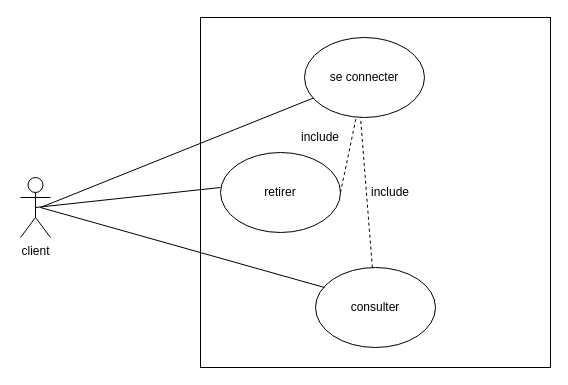
PrinceBK1/UML keeps this draw.io diagram as Diagramme sans nom.drawio. Above is the earlier version. Source tidied: cells renumbered, new cells numbered last; positions are measured from the earlier drawing's top-left corner, leaving out a move shared by most shapes. Both pictures are drawn from the tidied source at 100%, with x=0, y=0 at pixel (20, 17).
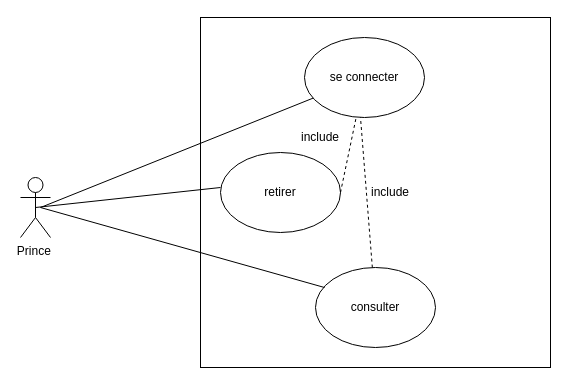
Above is the later version.

Commit message:
Mettre à jour Diagramme sans nom.drawio

Change to the diagram source:
```diff
@@
 <mxGraphModel>
   <root>
     <mxCell id="0" />
     <mxCell id="1" parent="0" />
-    <mxCell id="2" value="client" style="shape=umlActor;verticalLabelPosition=bottom;verticalAlign=top;html=1;outlineConnect=0;" parent="1" vertex="1">
+    <mxCell id="2" value="Prince&amp;nbsp;" style="shape=umlActor;verticalLabelPosition=bottom;verticalAlign=top;html=1;outlineConnect=0;" parent="1" vertex="1">
       <mxGeometry y="160" width="30" height="60" as="geometry" />
     </mxCell>
     <mxCell id="3" style="whiteSpace=wrap;html=1;" parent="1" vertex="1">
       <mxGeometry x="180" width="350" height="350" as="geometry" />
     </mxCell>
     <mxCell id="4" value="se connecter" style="ellipse;whiteSpace=wrap;html=1;" parent="1" vertex="1">
       <mxGeometry x="284" y="20" width="120" height="80" as="geometry" />
     </mxCell>
     <mxCell id="5" value="retirer" style="ellipse;whiteSpace=wrap;html=1;" parent="1" vertex="1">
       <mxGeometry x="200" y="135" width="120" height="80" as="geometry" />
     </mxCell>
     <mxCell id="6" value="consulter" style="ellipse;whiteSpace=wrap;html=1;" parent="1" vertex="1">
       <mxGeometry x="295" y="250" width="120" height="80" as="geometry" />
     </mxCell>
     <mxCell id="7" style="endArrow=none;html=1;rounded=0;exitX=0.5;exitY=0.5;exitDx=0;exitDy=0;exitPerimeter=0;" parent="1" edge="1" source="2">
       <mxGeometry relative="1" as="geometry">
         <mxPoint x="200" y="170" as="targetPoint" />
       </mxGeometry>
     </mxCell>
     <mxCell id="8" style="endArrow=none;html=1;rounded=0;entryX=0.075;entryY=0.25;entryDx=0;entryDy=0;entryPerimeter=0;" parent="1" edge="1" target="6">
       <mxGeometry relative="1" as="geometry">
         <mxPoint x="20" y="190" as="sourcePoint" />
       </mxGeometry>
     </mxCell>
     <mxCell id="9" style="endArrow=none;html=1;rounded=0;" parent="1" edge="1" target="4">
       <mxGeometry relative="1" as="geometry">
         <mxPoint x="20" y="190" as="sourcePoint" />
       </mxGeometry>
     </mxCell>
     <mxCell id="10" style="endArrow=none;dashed=1;html=1;rounded=0;exitX=1;exitY=0.5;exitDx=0;exitDy=0;" parent="1" edge="1" source="5" target="4">
       <mxGeometry relative="1" as="geometry" />
     </mxCell>
     <mxCell id="11" style="endArrow=none;dashed=1;html=1;rounded=0;" parent="1" edge="1" source="6">
       <mxGeometry relative="1" as="geometry">
         <mxPoint x="340" y="100" as="targetPoint" />
       </mxGeometry>
     </mxCell>
     <mxCell id="12" value="include" style="text;html=1;strokeColor=none;fillColor=none;align=center;verticalAlign=middle;whiteSpace=wrap;rounded=0;" parent="1" vertex="1">
       <mxGeometry x="340" y="160" width="60" height="30" as="geometry" />
     </mxCell>
     <mxCell id="13" value="include" style="text;html=1;strokeColor=none;fillColor=none;align=center;verticalAlign=middle;whiteSpace=wrap;rounded=0;" parent="1" vertex="1">
       <mxGeometry x="270" y="105" width="60" height="30" as="geometry" />
     </mxCell>
   </root>
 </mxGraphModel>
```
